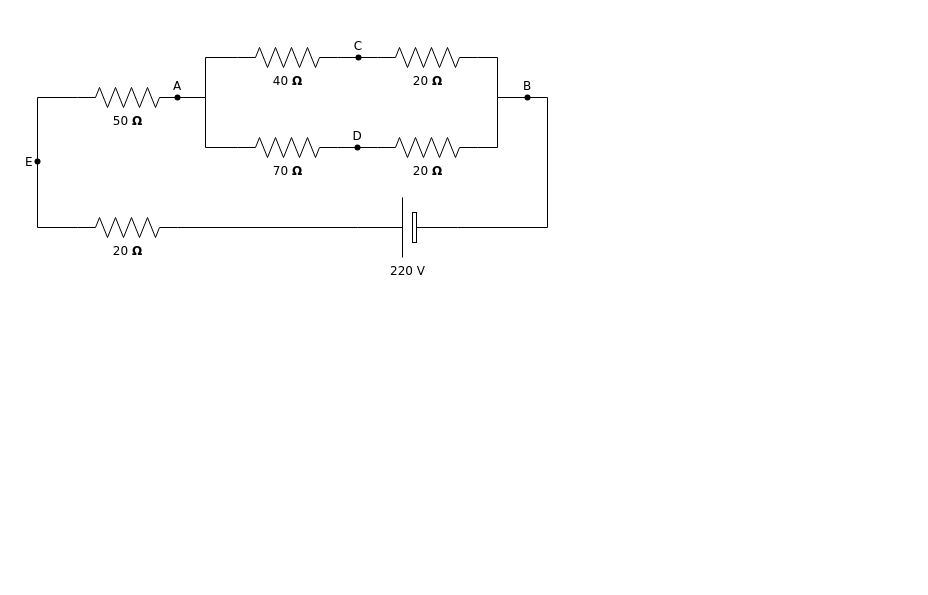
This is c10-wiring.drawio from argounova/draw-io, a draw.io file, before an edit. Source tidied: cells renumbered, new cells numbered last; positions are measured from the earlier drawing's top-left corner, leaving out a move shared by most shapes. Both pictures are drawn from the tidied source at 100%, with x=0, y=0 at pixel (17, 37).
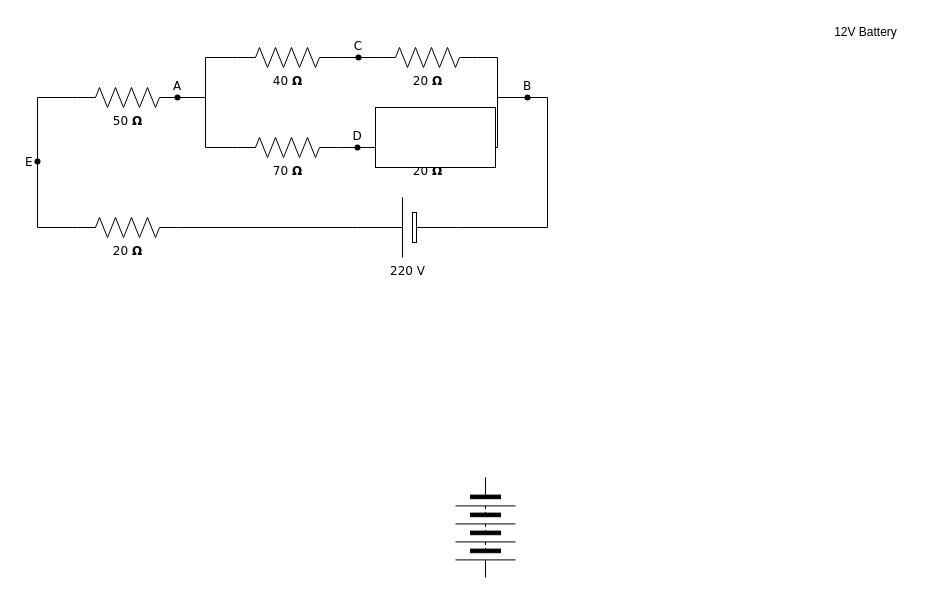
The same diagram, later.

Change to the diagram source:
```diff
@@
+    <mxCell id="26" style="verticalLabelPosition=bottom;shadow=0;dashed=0;align=center;html=1;verticalAlign=top;shape=mxgraph.electrical.miscellaneous.batteryStack;rotation=90;" parent="1" vertex="1">
+      <mxGeometry x="418" y="460" width="100" height="60" as="geometry" />
+    </mxCell>
+    <mxCell id="27" style="rounded=0;whiteSpace=wrap;html=1;" parent="1" vertex="1">
+      <mxGeometry x="358" y="70" width="120" height="60" as="geometry" />
+    </mxCell>
+    <mxCell id="28" value="12V Battery" style="text;html=1;align=center;verticalAlign=middle;strokeColor=none;fillColor=none;" parent="1" vertex="1">
+      <mxGeometry x="803" y="-20" width="90" height="30" as="geometry" />
+    </mxCell>
```
